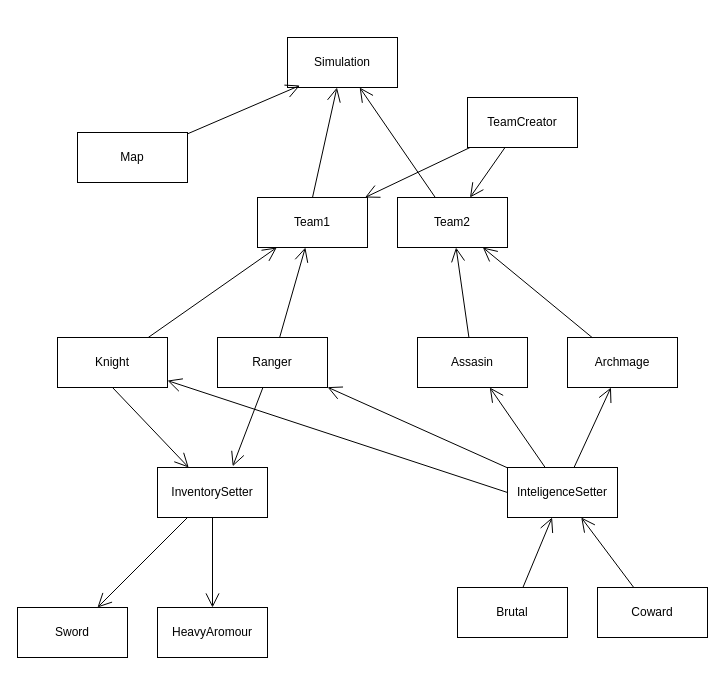
Jolowizzard/Fantasy_Battle_Simulation keeps this draw.io diagram as ObjectDiagram.drawio. Above is the earlier version. Source tidied: cells renumbered, new cells numbered last; positions are measured from the earlier drawing's top-left corner, leaving out a move shared by most shapes. Both pictures are drawn from the tidied source at 100%, with x=0, y=0 at pixel (17, 37).
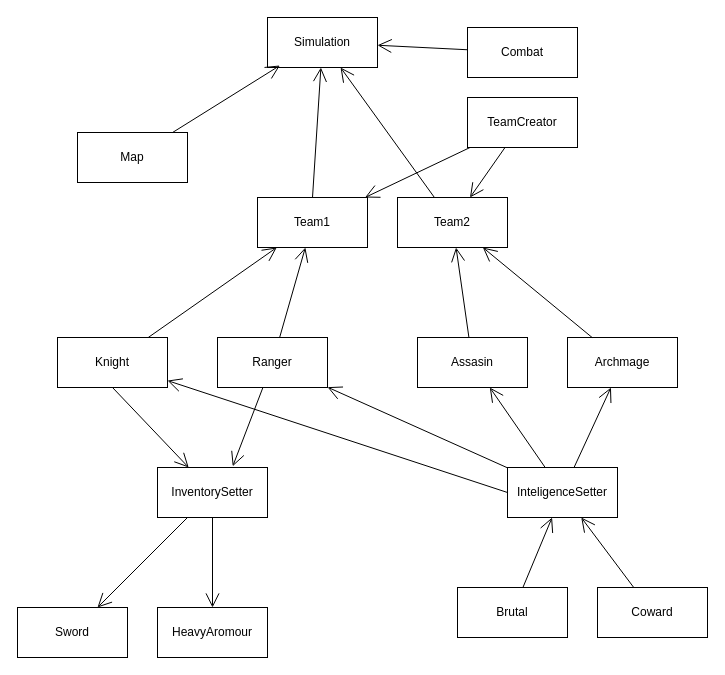
After the change.

Change to the diagram source:
```diff
@@
     <mxCell id="11" value="Simulation" style="html=1;whiteSpace=wrap;" parent="1" vertex="1">
-      <mxGeometry x="270" width="110" height="50" as="geometry" />
+      <mxGeometry x="250" y="-20" width="110" height="50" as="geometry" />
     </mxCell>
@@
+    <mxCell id="36" value="Combat" style="html=1;whiteSpace=wrap;" parent="1" vertex="1">
+      <mxGeometry x="450" y="-10" width="110" height="50" as="geometry" />
+    </mxCell>
+    <mxCell id="37" style="endArrow=open;endFill=1;endSize=12;html=1;rounded=0;" parent="1" edge="1" source="36" target="11">
+      <mxGeometry relative="1" as="geometry" />
+    </mxCell>
```
